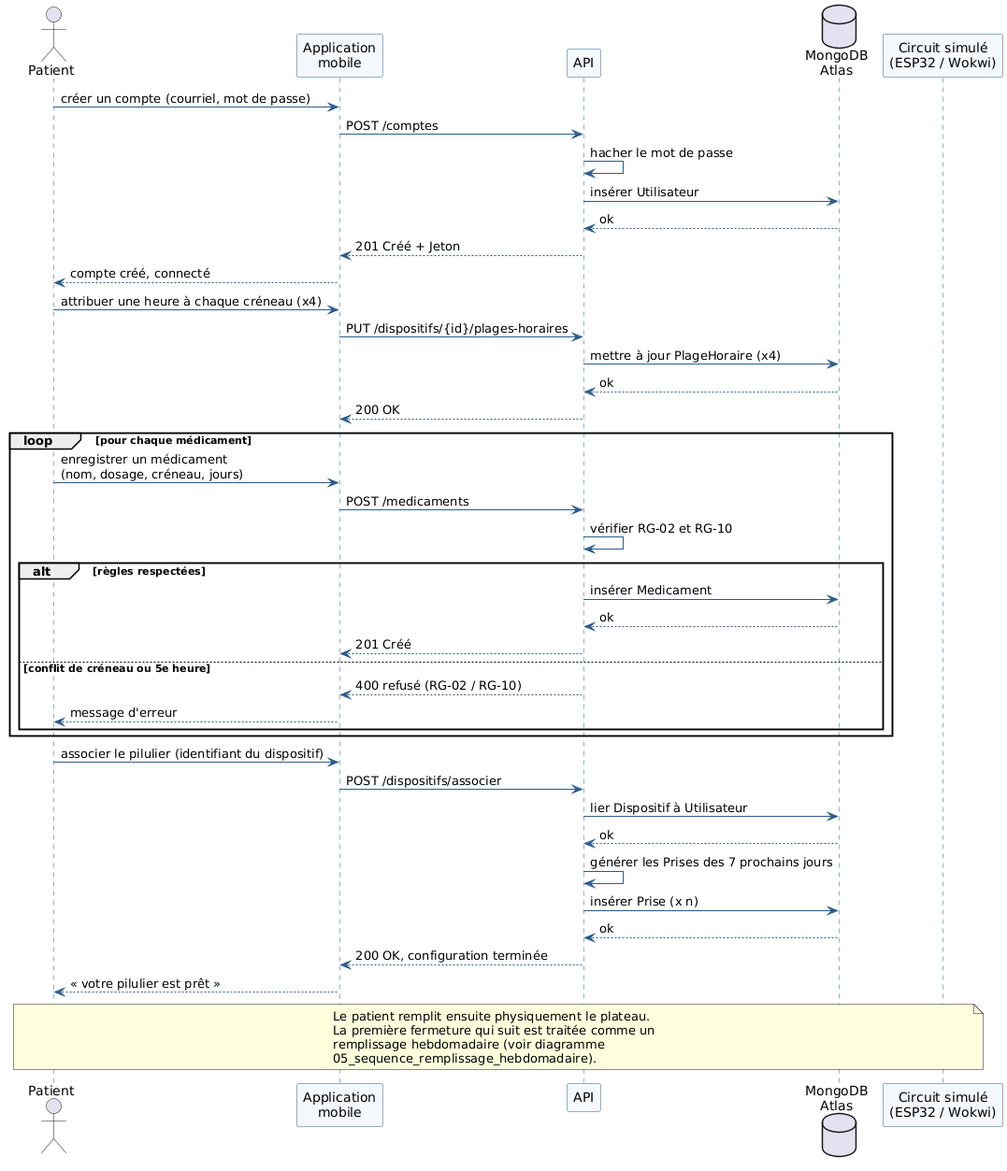
Before: docs/assets/Sequence_configuration_initiale.png, a diagram exported from PlantUML (rauf-mifteev/Ahuntsic_Capstone). Source of this version:
```plantuml
@startuml Sequence_configuration_initiale

skinparam sequence {
  ArrowColor #2C5C8A
  LifeLineBorderColor #2C5C8A
  ParticipantBackgroundColor #F5F9FF
  ParticipantBorderColor #2C5C8A
}

actor Patient
participant "Application\nmobile" as App
participant "API" as API
database "MongoDB\nAtlas" as BD
participant "Circuit simulé\n(ESP32 / Wokwi)" as Circuit

Patient -> App : créer un compte (courriel, mot de passe)
App -> API : POST /comptes
API -> API : hacher le mot de passe
API -> BD : insérer Utilisateur
BD --> API : ok
API --> App : 201 Créé + Jeton
App --> Patient : compte créé, connecté

Patient -> App : attribuer une heure à chaque créneau (x4)
App -> API : PUT /dispositifs/{id}/plages-horaires
API -> BD : mettre à jour PlageHoraire (x4)
BD --> API : ok
API --> App : 200 OK

loop pour chaque médicament
  Patient -> App : enregistrer un médicament\n(nom, dosage, créneau, jours)
  App -> API : POST /medicaments
  API -> API : vérifier RG-02 et RG-10
  alt règles respectées
    API -> BD : insérer Medicament
    BD --> API : ok
    API --> App : 201 Créé
  else conflit de créneau ou 5e heure
    API --> App : 400 refusé (RG-02 / RG-10)
    App --> Patient : message d'erreur
  end
end

Patient -> App : associer le pilulier (identifiant du dispositif)
App -> API : POST /dispositifs/associer
API -> BD : lier Dispositif à Utilisateur
BD --> API : ok
API -> API : générer les Prises des 7 prochains jours
API -> BD : insérer Prise (x n)
BD --> API : ok
API --> App : 200 OK, configuration terminée
App --> Patient : « votre pilulier est prêt »

note over Patient, Circuit
  Le patient remplit ensuite physiquement le plateau.
  La première fermeture qui suit est traitée comme un
  remplissage hebdomadaire (voir diagramme
  05_sequence_remplissage_hebdomadaire).
end note

@enduml
```
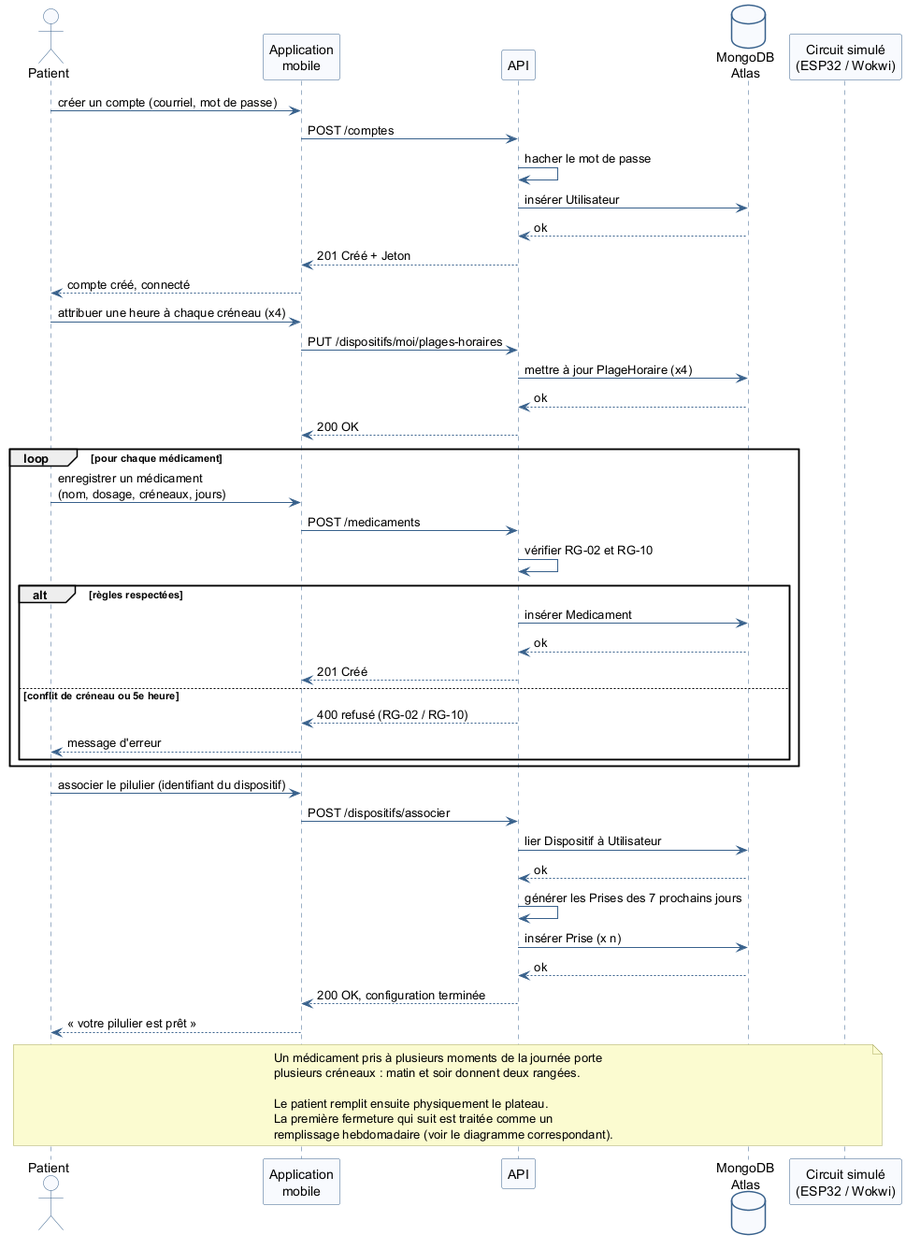
After the commit.

Change to the diagram source:
```diff
@@ -1,39 +1,55 @@
-@startuml Sequence_configuration_initiale
+@startuml
 
+skinparam shadowing false
+skinparam participant {
+  BackgroundColor #F8FAFE
+  BorderColor #38618C
+}
+skinparam actor {
+  BackgroundColor #F8FAFE
+  BorderColor #38618C
+}
+skinparam database {
+  BackgroundColor #F8FAFE
+  BorderColor #38618C
+}
 skinparam sequence {
-  ArrowColor #2C5C8A
-  LifeLineBorderColor #2C5C8A
-  ParticipantBackgroundColor #F5F9FF
-  ParticipantBorderColor #2C5C8A
+  ArrowColor #38618C
+  LifeLineBorderColor #38618C
+}
+skinparam note {
+  BackgroundColor #FBFBD0
+  BorderColor #A9A95E
 }
 
 actor Patient
 participant "Application\nmobile" as App
 participant "API" as API
-database "MongoDB\nAtlas" as BD
+database "MongoDB\nAtlas" as Mongo
 participant "Circuit simulé\n(ESP32 / Wokwi)" as Circuit
 
 Patient -> App : créer un compte (courriel, mot de passe)
 App -> API : POST /comptes
 API -> API : hacher le mot de passe
-API -> BD : insérer Utilisateur
-BD --> API : ok
+API -> Mongo : insérer Utilisateur
+Mongo --> API : ok
 API --> App : 201 Créé + Jeton
 App --> Patient : compte créé, connecté
 
 Patient -> App : attribuer une heure à chaque créneau (x4)
-App -> API : PUT /dispositifs/{id}/plages-horaires
-API -> BD : mettre à jour PlageHoraire (x4)
-BD --> API : ok
+App -> API : PUT /dispositifs/moi/plages-horaires
+API -> Mongo : mettre à jour PlageHoraire (x4)
+Mongo --> API : ok
 API --> App : 200 OK
 
 loop pour chaque médicament
-  Patient -> App : enregistrer un médicament\n(nom, dosage, créneau, jours)
+  Patient -> App : enregistrer un médicament\n(nom, dosage, créneaux, jours)
   App -> API : POST /medicaments
   API -> API : vérifier RG-02 et RG-10
+
   alt règles respectées
-    API -> BD : insérer Medicament
-    BD --> API : ok
+    API -> Mongo : insérer Medicament
+    Mongo --> API : ok
     API --> App : 201 Créé
   else conflit de créneau ou 5e heure
     API --> App : 400 refusé (RG-02 / RG-10)
@@ -43,19 +59,21 @@
 
 Patient -> App : associer le pilulier (identifiant du dispositif)
 App -> API : POST /dispositifs/associer
-API -> BD : lier Dispositif à Utilisateur
-BD --> API : ok
+API -> Mongo : lier Dispositif à Utilisateur
+Mongo --> API : ok
 API -> API : générer les Prises des 7 prochains jours
-API -> BD : insérer Prise (x n)
-BD --> API : ok
+API -> Mongo : insérer Prise (x n)
+Mongo --> API : ok
 API --> App : 200 OK, configuration terminée
 App --> Patient : « votre pilulier est prêt »
 
-note over Patient, Circuit
+note across
+  Un médicament pris à plusieurs moments de la journée porte
+  plusieurs créneaux : matin et soir donnent deux rangées.
+
   Le patient remplit ensuite physiquement le plateau.
   La première fermeture qui suit est traitée comme un
-  remplissage hebdomadaire (voir diagramme
-  05_sequence_remplissage_hebdomadaire).
+  remplissage hebdomadaire (voir le diagramme correspondant).
 end note
 
 @enduml
```
